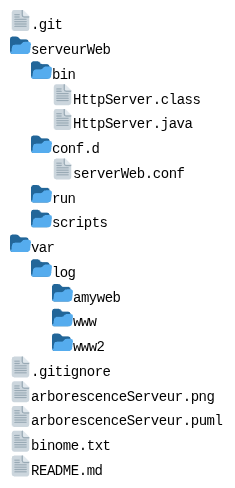
Before: arborescenceServeur.png, a diagram exported from PlantUML (Le-Madec-Jean/ServerWeb_GALLOIS_LE_MADEC). Its source is kept beside it as arborescenceServeur.puml.
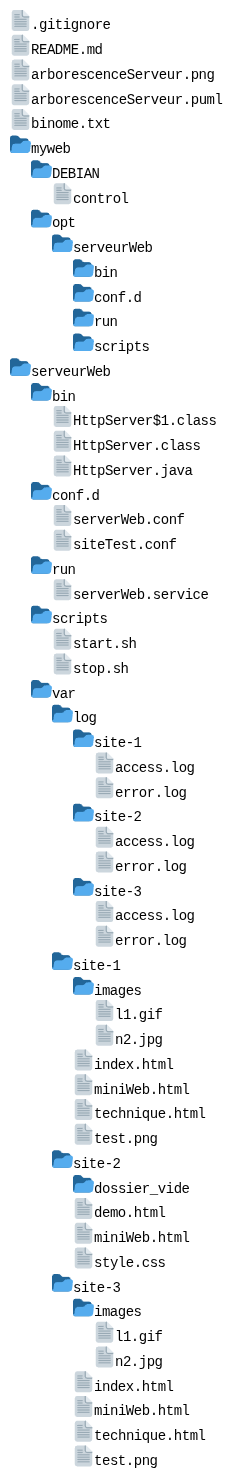
The same diagram one commit later.

Commit message:
update : ajustation de arborescenceServeur

Diff of the diagram source:
```diff
@@ -1,19 +1,46 @@
 @startfiles arborescenceServeur
+
+/.gitignore
+/README.md
+/arborescenceServeur.png
+/arborescenceServeur.puml
+/binome.txt
+
+/myweb/DEBIAN/control
+/myweb/opt/serveurWeb/bin/
+/myweb/opt/serveurWeb/conf.d/
+/myweb/opt/serveurWeb/run/
+/myweb/opt/serveurWeb/scripts/
+
+/serveurWeb/bin/HttpServer$1.class
+/serveurWeb/bin/HttpServer.class
 /serveurWeb/bin/HttpServer.java
-/serveurWeb/bin/HttpServer.class
 /serveurWeb/conf.d/serverWeb.conf
-/serveurWeb/run/myweb.pid
+/serveurWeb/conf.d/siteTest.conf
 /serveurWeb/run/serverWeb.service
 /serveurWeb/scripts/start.sh
 /serveurWeb/scripts/stop.sh
-/serveurWeb/var/log/access.log
-/serveurWeb/var/log/error.log
-/serveurWeb/var/log/access8080.log
-/serveurWeb/var/log/error8080.log
-/serveurWeb/var/www/index.html
-/serveurWeb/var/www/technique.html
-/serveurWeb/var/www2/miniWeb.html
-/.gitignore
-/README.md
-/binome.txt
+/serveurWeb/var/log/site-1/access.log
+/serveurWeb/var/log/site-1/error.log
+/serveurWeb/var/log/site-2/access.log
+/serveurWeb/var/log/site-2/error.log
+/serveurWeb/var/log/site-3/access.log
+/serveurWeb/var/log/site-3/error.log
+/serveurWeb/var/site-1/images/l1.gif
+/serveurWeb/var/site-1/images/n2.jpg
+/serveurWeb/var/site-1/index.html
+/serveurWeb/var/site-1/miniWeb.html
+/serveurWeb/var/site-1/technique.html
+/serveurWeb/var/site-1/test.png
+/serveurWeb/var/site-2/dossier_vide/
+/serveurWeb/var/site-2/demo.html
+/serveurWeb/var/site-2/miniWeb.html
+/serveurWeb/var/site-2/style.css
+/serveurWeb/var/site-3/images/l1.gif
+/serveurWeb/var/site-3/images/n2.jpg
+/serveurWeb/var/site-3/index.html
+/serveurWeb/var/site-3/miniWeb.html
+/serveurWeb/var/site-3/technique.html
+/serveurWeb/var/site-3/test.png
+
 @endfiles
```
